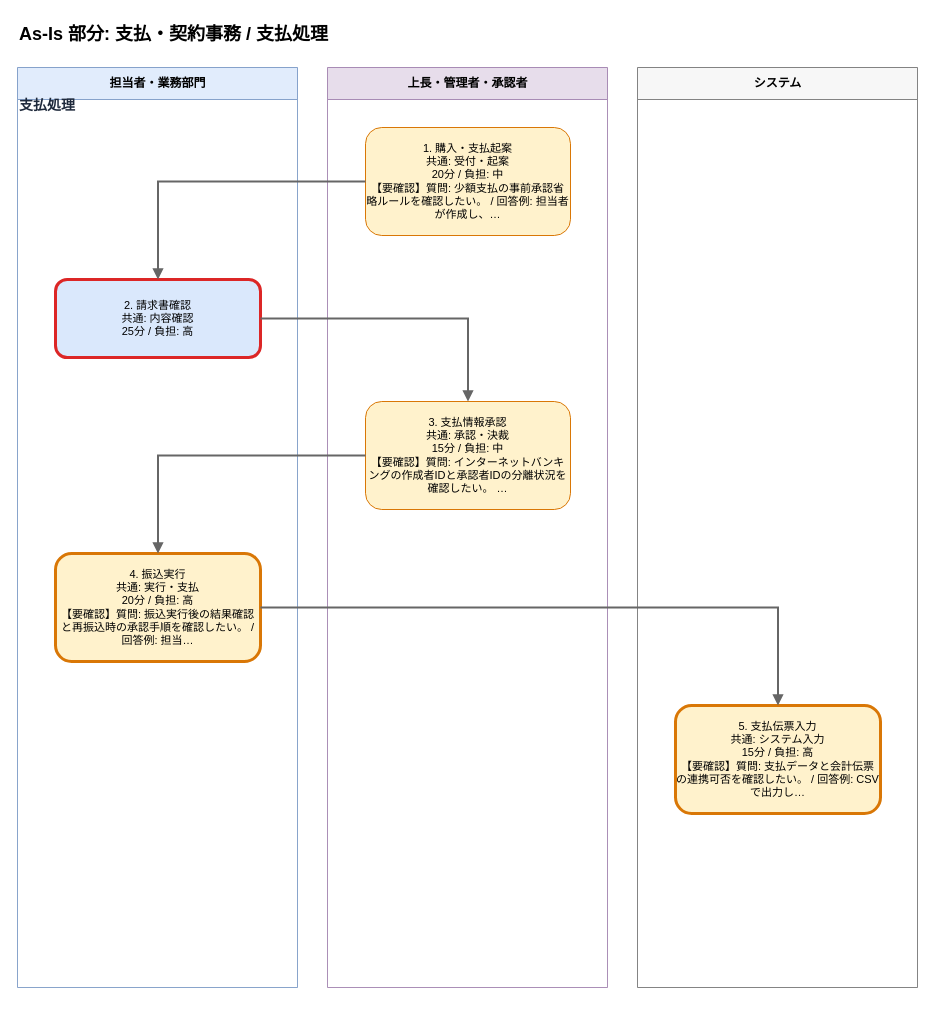
Earlier version of the draw.io diagram output/flows/asis_支払_契約事務__支払処理_20260608.drawio (Toshiki811/ai-business-analysis-heatmap). Source tidied: cells renumbered, new cells numbered last; positions are measured from the earlier drawing's top-left corner, leaving out a move shared by most shapes. Both pictures are drawn from the tidied source at 100%, with x=0, y=0 at pixel (17, 17).
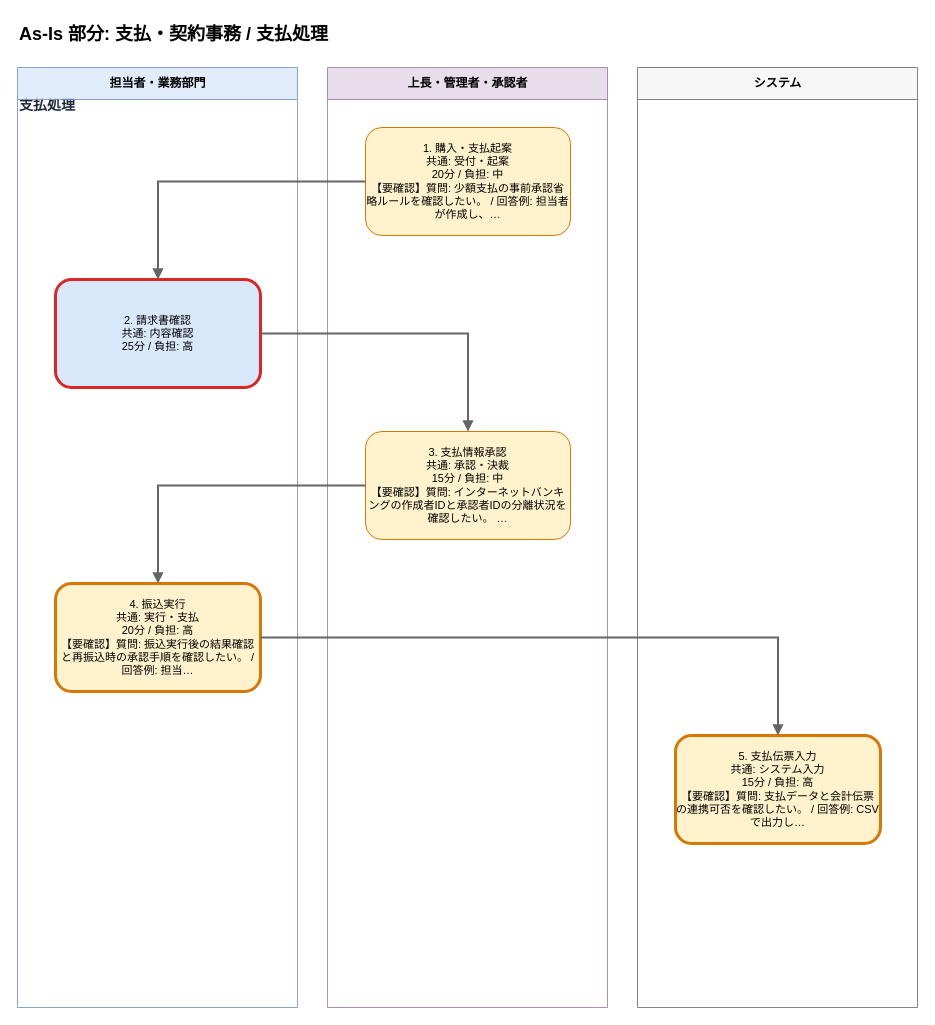
The same page after the edit.

Diff of the diagram source:
```diff
@@
 <mxGraphModel>
   <root>
     <mxCell id="0" />
     <mxCell id="1" parent="0" />
+    <mxCell id="6" value="支払処理" style="text;html=1;strokeColor=none;fillColor=none;align=left;verticalAlign=middle;whiteSpace=wrap;fontSize=14;fontStyle=1;fontColor=#1e293b;" parent="1" vertex="1">
+      <mxGeometry y="76" width="860" height="24" as="geometry" />
+    </mxCell>
     <mxCell id="2" value="As-Is 部分: 支払・契約事務 / 支払処理" style="text;html=1;strokeColor=none;fillColor=none;align=left;fontSize=18;fontStyle=1;" parent="1" vertex="1">
       <mxGeometry width="880" height="30" as="geometry" />
     </mxCell>
     <mxCell id="3" value="担当者・業務部門" style="swimlane;horizontal=1;startSize=32;html=1;fillColor=#dae8fc;strokeColor=#6c8ebf;fontSize=12;fontStyle=1;opacity=80;" parent="1" vertex="1">
-      <mxGeometry y="50" width="280" height="920" as="geometry" />
+      <mxGeometry y="50" width="280" height="940" as="geometry" />
     </mxCell>
     <mxCell id="4" value="上長・管理者・承認者" style="swimlane;horizontal=1;startSize=32;html=1;fillColor=#e1d5e7;strokeColor=#9673a6;fontSize=12;fontStyle=1;opacity=80;" parent="1" vertex="1">
-      <mxGeometry x="310" y="50" width="280" height="920" as="geometry" />
+      <mxGeometry x="310" y="50" width="280" height="940" as="geometry" />
     </mxCell>
     <mxCell id="5" value="システム" style="swimlane;horizontal=1;startSize=32;html=1;fillColor=#f5f5f5;strokeColor=#666666;fontSize=12;fontStyle=1;opacity=80;" parent="1" vertex="1">
-      <mxGeometry x="620" y="50" width="280" height="920" as="geometry" />
+      <mxGeometry x="620" y="50" width="280" height="940" as="geometry" />
     </mxCell>
-    <mxCell id="6" value="支払処理" style="text;html=1;strokeColor=none;fillColor=none;align=left;verticalAlign=middle;whiteSpace=wrap;fontSize=14;fontStyle=1;fontColor=#1e293b;" parent="1" vertex="1">
-      <mxGeometry y="76" width="860" height="24" as="geometry" />
-    </mxCell>
     <mxCell id="7" value="1. 購入・支払起案&#10;共通: 受付・起案&#10;20分 / 負担: 中&#10;【要確認】質問: 少額支払の事前承認省略ルールを確認したい。 / 回答例: 担当者が作成し、…" style="rounded=1;whiteSpace=wrap;html=1;fillColor=#fff2cc;strokeColor=#d97706;strokeWidth=1;fontSize=11;fontColor=#000000;" parent="1" vertex="1">
       <mxGeometry x="348" y="110" width="205" height="108" as="geometry" />
     </mxCell>
     <mxCell id="8" value="2. 請求書確認&#10;共通: 内容確認&#10;25分 / 負担: 高" style="rounded=1;whiteSpace=wrap;html=1;fillColor=#dae8fc;strokeColor=#dc2626;strokeWidth=3;fontSize=11;fontColor=#000000;" parent="1" vertex="1">
-      <mxGeometry x="38" y="262" width="205" height="78" as="geometry" />
+      <mxGeometry x="38" y="262" width="205" height="108" as="geometry" />
     </mxCell>
+    <mxCell id="10" value="3. 支払情報承認&#10;共通: 承認・決裁&#10;15分 / 負担: 中&#10;【要確認】質問: インターネットバンキングの作成者IDと承認者IDの分離状況を確認したい。 …" style="rounded=1;whiteSpace=wrap;html=1;fillColor=#fff2cc;strokeColor=#d97706;strokeWidth=1;fontSize=11;fontColor=#000000;" parent="1" vertex="1">
+      <mxGeometry x="348" y="414" width="205" height="108" as="geometry" />
+    </mxCell>
+    <mxCell id="12" value="4. 振込実行&#10;共通: 実行・支払&#10;20分 / 負担: 高&#10;【要確認】質問: 振込実行後の結果確認と再振込時の承認手順を確認したい。 / 回答例: 担当…" style="rounded=1;whiteSpace=wrap;html=1;fillColor=#fff2cc;strokeColor=#d97706;strokeWidth=3;fontSize=11;fontColor=#000000;" parent="1" vertex="1">
+      <mxGeometry x="38" y="566" width="205" height="108" as="geometry" />
+    </mxCell>
+    <mxCell id="14" value="5. 支払伝票入力&#10;共通: システム入力&#10;15分 / 負担: 高&#10;【要確認】質問: 支払データと会計伝票の連携可否を確認したい。 / 回答例: CSVで出力し…" style="rounded=1;whiteSpace=wrap;html=1;fillColor=#fff2cc;strokeColor=#d97706;strokeWidth=3;fontSize=11;fontColor=#000000;" parent="1" vertex="1">
+      <mxGeometry x="658" y="718" width="205" height="108" as="geometry" />
+    </mxCell>
-    <mxCell id="9" style="edgeStyle=orthogonalEdgeStyle;rounded=0;html=1;strokeColor=#666666;strokeWidth=2;endArrow=block;endFill=1;" parent="1" edge="1" source="7" target="8">
+    <mxCell id="9" style="edgeStyle=orthogonalEdgeStyle;rounded=0;html=1;strokeColor=#666666;strokeWidth=2;endArrow=block;endFill=1;fontSize=11;fontColor=#1f2937;" parent="1" edge="1" source="7" target="8">
       <mxGeometry relative="1" as="geometry" />
     </mxCell>
-    <mxCell id="10" value="3. 支払情報承認&#10;共通: 承認・決裁&#10;15分 / 負担: 中&#10;【要確認】質問: インターネットバンキングの作成者IDと承認者IDの分離状況を確認したい。 …" style="rounded=1;whiteSpace=wrap;html=1;fillColor=#fff2cc;strokeColor=#d97706;strokeWidth=1;fontSize=11;fontColor=#000000;" parent="1" vertex="1">
-      <mxGeometry x="348" y="384" width="205" height="108" as="geometry" />
-    </mxCell>
-    <mxCell id="11" style="edgeStyle=orthogonalEdgeStyle;rounded=0;html=1;strokeColor=#666666;strokeWidth=2;endArrow=block;endFill=1;" parent="1" edge="1" source="8" target="10">
+    <mxCell id="11" style="edgeStyle=orthogonalEdgeStyle;rounded=0;html=1;strokeColor=#666666;strokeWidth=2;endArrow=block;endFill=1;fontSize=11;fontColor=#1f2937;" parent="1" edge="1" source="8" target="10">
       <mxGeometry relative="1" as="geometry" />
     </mxCell>
-    <mxCell id="12" value="4. 振込実行&#10;共通: 実行・支払&#10;20分 / 負担: 高&#10;【要確認】質問: 振込実行後の結果確認と再振込時の承認手順を確認したい。 / 回答例: 担当…" style="rounded=1;whiteSpace=wrap;html=1;fillColor=#fff2cc;strokeColor=#d97706;strokeWidth=3;fontSize=11;fontColor=#000000;" parent="1" vertex="1">
-      <mxGeometry x="38" y="536" width="205" height="108" as="geometry" />
-    </mxCell>
-    <mxCell id="13" style="edgeStyle=orthogonalEdgeStyle;rounded=0;html=1;strokeColor=#666666;strokeWidth=2;endArrow=block;endFill=1;" parent="1" edge="1" source="10" target="12">
+    <mxCell id="13" style="edgeStyle=orthogonalEdgeStyle;rounded=0;html=1;strokeColor=#666666;strokeWidth=2;endArrow=block;endFill=1;fontSize=11;fontColor=#1f2937;" parent="1" edge="1" source="10" target="12">
       <mxGeometry relative="1" as="geometry" />
     </mxCell>
-    <mxCell id="14" value="5. 支払伝票入力&#10;共通: システム入力&#10;15分 / 負担: 高&#10;【要確認】質問: 支払データと会計伝票の連携可否を確認したい。 / 回答例: CSVで出力し…" style="rounded=1;whiteSpace=wrap;html=1;fillColor=#fff2cc;strokeColor=#d97706;strokeWidth=3;fontSize=11;fontColor=#000000;" parent="1" vertex="1">
-      <mxGeometry x="658" y="688" width="205" height="108" as="geometry" />
-    </mxCell>
-    <mxCell id="15" style="edgeStyle=orthogonalEdgeStyle;rounded=0;html=1;strokeColor=#666666;strokeWidth=2;endArrow=block;endFill=1;" parent="1" edge="1" source="12" target="14">
+    <mxCell id="15" style="edgeStyle=orthogonalEdgeStyle;rounded=0;html=1;strokeColor=#666666;strokeWidth=2;endArrow=block;endFill=1;fontSize=11;fontColor=#1f2937;" parent="1" edge="1" source="12" target="14">
       <mxGeometry relative="1" as="geometry" />
     </mxCell>
   </root>
 </mxGraphModel>
```
